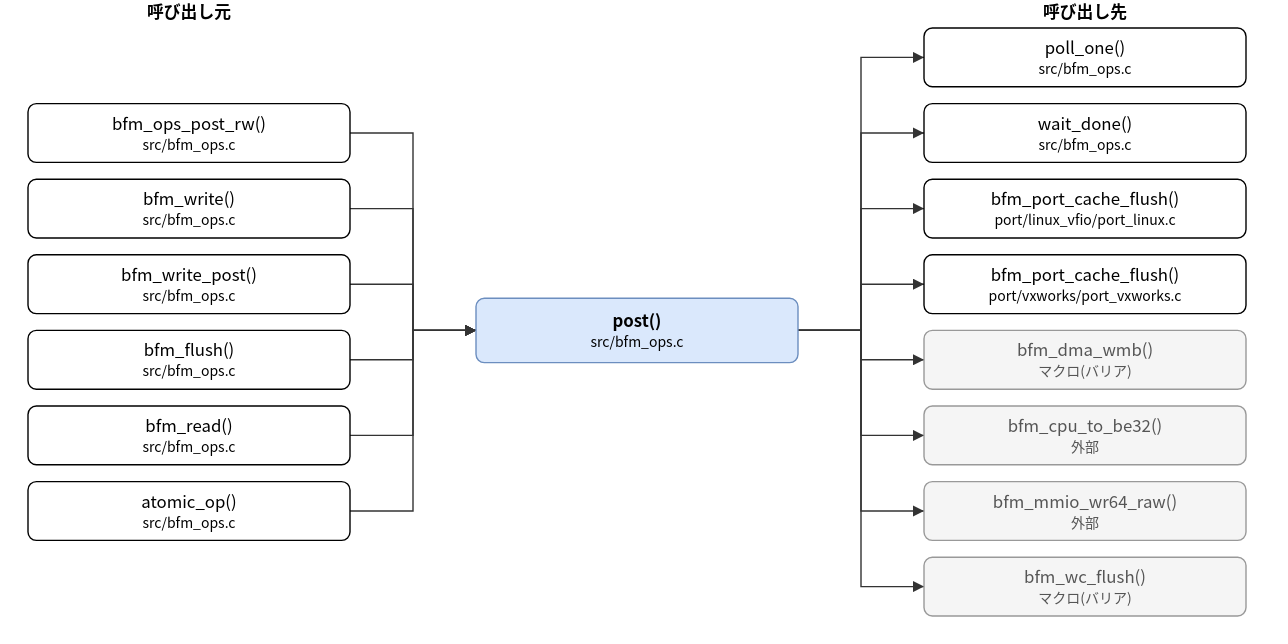
Before: doc/spec/images/call_src_bfm_ops__post.drawio.svg, a diagram exported from draw.io (hf355051012-ai/bfmem). Source tidied: cells renumbered, new cells last; positions are measured from the earlier drawing's top-left corner, leaving out a move shared by most shapes.
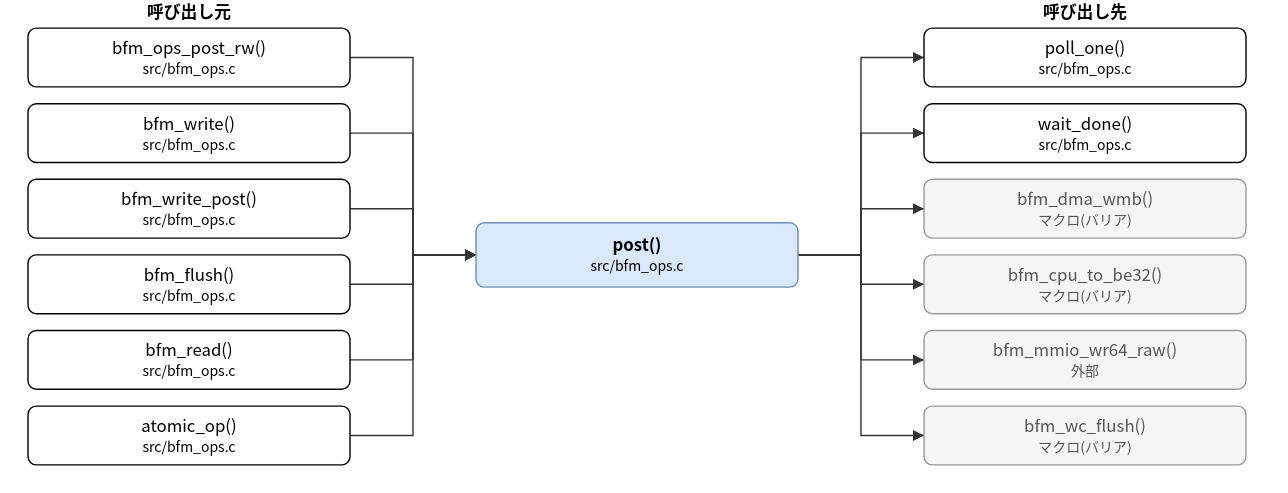
The same file after the commit.

What changed in the source:
```diff
@@ -3,25 +3,25 @@
     <mxCell id="0" />
     <mxCell id="1" parent="0" />
     <mxCell id="2" value="post()&lt;br&gt;&lt;font style=&quot;font-size:10px&quot;&gt;src/bfm_ops.c&lt;/font&gt;" style="rounded=1;whiteSpace=wrap;html=1;fillColor=#dae8fc;strokeColor=#6c8ebf;fontStyle=1;" parent="1" vertex="1">
-      <mxGeometry x="320" y="213" width="230" height="46" as="geometry" />
+      <mxGeometry x="320" y="159" width="230" height="46" as="geometry" />
     </mxCell>
     <mxCell id="3" value="bfm_ops_post_rw()&lt;br&gt;&lt;font style=&quot;font-size:10px&quot;&gt;src/bfm_ops.c&lt;/font&gt;" style="rounded=1;whiteSpace=wrap;html=1;" parent="1" vertex="1">
-      <mxGeometry y="74" width="230" height="42" as="geometry" />
+      <mxGeometry y="20" width="230" height="42" as="geometry" />
     </mxCell>
     <mxCell id="4" value="bfm_write()&lt;br&gt;&lt;font style=&quot;font-size:10px&quot;&gt;src/bfm_ops.c&lt;/font&gt;" style="rounded=1;whiteSpace=wrap;html=1;" parent="1" vertex="1">
-      <mxGeometry y="128" width="230" height="42" as="geometry" />
+      <mxGeometry y="74" width="230" height="42" as="geometry" />
     </mxCell>
     <mxCell id="5" value="bfm_write_post()&lt;br&gt;&lt;font style=&quot;font-size:10px&quot;&gt;src/bfm_ops.c&lt;/font&gt;" style="rounded=1;whiteSpace=wrap;html=1;" parent="1" vertex="1">
-      <mxGeometry y="182" width="230" height="42" as="geometry" />
+      <mxGeometry y="128" width="230" height="42" as="geometry" />
     </mxCell>
     <mxCell id="6" value="bfm_flush()&lt;br&gt;&lt;font style=&quot;font-size:10px&quot;&gt;src/bfm_ops.c&lt;/font&gt;" style="rounded=1;whiteSpace=wrap;html=1;" parent="1" vertex="1">
-      <mxGeometry y="236" width="230" height="42" as="geometry" />
+      <mxGeometry y="182" width="230" height="42" as="geometry" />
     </mxCell>
     <mxCell id="7" value="bfm_read()&lt;br&gt;&lt;font style=&quot;font-size:10px&quot;&gt;src/bfm_ops.c&lt;/font&gt;" style="rounded=1;whiteSpace=wrap;html=1;" parent="1" vertex="1">
-      <mxGeometry y="290" width="230" height="42" as="geometry" />
+      <mxGeometry y="236" width="230" height="42" as="geometry" />
     </mxCell>
     <mxCell id="8" value="atomic_op()&lt;br&gt;&lt;font style=&quot;font-size:10px&quot;&gt;src/bfm_ops.c&lt;/font&gt;" style="rounded=1;whiteSpace=wrap;html=1;" parent="1" vertex="1">
-      <mxGeometry y="344" width="230" height="42" as="geometry" />
+      <mxGeometry y="290" width="230" height="42" as="geometry" />
     </mxCell>
     <mxCell id="9" value="poll_one()&lt;br&gt;&lt;font style=&quot;font-size:10px&quot;&gt;src/bfm_ops.c&lt;/font&gt;" style="rounded=1;whiteSpace=wrap;html=1;" parent="1" vertex="1">
       <mxGeometry x="640" y="20" width="230" height="42" as="geometry" />
@@ -29,76 +29,70 @@
     <mxCell id="10" value="wait_done()&lt;br&gt;&lt;font style=&quot;font-size:10px&quot;&gt;src/bfm_ops.c&lt;/font&gt;" style="rounded=1;whiteSpace=wrap;html=1;" parent="1" vertex="1">
       <mxGeometry x="640" y="74" width="230" height="42" as="geometry" />
     </mxCell>
-    <mxCell id="11" value="bfm_port_cache_flush()&lt;br&gt;&lt;font style=&quot;font-size:10px&quot;&gt;port/linux_vfio/port_linux.c&lt;/font&gt;" style="rounded=1;whiteSpace=wrap;html=1;" parent="1" vertex="1">
+    <mxCell id="11" value="bfm_dma_wmb()&lt;br&gt;&lt;font style=&quot;font-size:10px&quot;&gt;マクロ(バリア)&lt;/font&gt;" style="rounded=1;whiteSpace=wrap;html=1;fillColor=#f5f5f5;strokeColor=#999999;fontColor=#555555;" parent="1" vertex="1">
       <mxGeometry x="640" y="128" width="230" height="42" as="geometry" />
     </mxCell>
-    <mxCell id="12" value="bfm_port_cache_flush()&lt;br&gt;&lt;font style=&quot;font-size:10px&quot;&gt;port/vxworks/port_vxworks.c&lt;/font&gt;" style="rounded=1;whiteSpace=wrap;html=1;" parent="1" vertex="1">
+    <mxCell id="12" value="bfm_cpu_to_be32()&lt;br&gt;&lt;font style=&quot;font-size:10px&quot;&gt;マクロ(バリア)&lt;/font&gt;" style="rounded=1;whiteSpace=wrap;html=1;fillColor=#f5f5f5;strokeColor=#999999;fontColor=#555555;" parent="1" vertex="1">
       <mxGeometry x="640" y="182" width="230" height="42" as="geometry" />
     </mxCell>
-    <mxCell id="13" value="bfm_dma_wmb()&lt;br&gt;&lt;font style=&quot;font-size:10px&quot;&gt;マクロ(バリア)&lt;/font&gt;" style="rounded=1;whiteSpace=wrap;html=1;fillColor=#f5f5f5;strokeColor=#999999;fontColor=#555555;" parent="1" vertex="1">
+    <mxCell id="13" value="bfm_mmio_wr64_raw()&lt;br&gt;&lt;font style=&quot;font-size:10px&quot;&gt;外部&lt;/font&gt;" style="rounded=1;whiteSpace=wrap;html=1;fillColor=#f5f5f5;strokeColor=#999999;fontColor=#555555;" parent="1" vertex="1">
       <mxGeometry x="640" y="236" width="230" height="42" as="geometry" />
     </mxCell>
-    <mxCell id="14" value="bfm_cpu_to_be32()&lt;br&gt;&lt;font style=&quot;font-size:10px&quot;&gt;外部&lt;/font&gt;" style="rounded=1;whiteSpace=wrap;html=1;fillColor=#f5f5f5;strokeColor=#999999;fontColor=#555555;" parent="1" vertex="1">
+    <mxCell id="14" value="bfm_wc_flush()&lt;br&gt;&lt;font style=&quot;font-size:10px&quot;&gt;マクロ(バリア)&lt;/font&gt;" style="rounded=1;whiteSpace=wrap;html=1;fillColor=#f5f5f5;strokeColor=#999999;fontColor=#555555;" parent="1" vertex="1">
       <mxGeometry x="640" y="290" width="230" height="42" as="geometry" />
     </mxCell>
-    <mxCell id="15" value="bfm_mmio_wr64_raw()&lt;br&gt;&lt;font style=&quot;font-size:10px&quot;&gt;外部&lt;/font&gt;" style="rounded=1;whiteSpace=wrap;html=1;fillColor=#f5f5f5;strokeColor=#999999;fontColor=#555555;" parent="1" vertex="1">
-      <mxGeometry x="640" y="344" width="230" height="42" as="geometry" />
-    </mxCell>
-    <mxCell id="16" value="bfm_wc_flush()&lt;br&gt;&lt;font style=&quot;font-size:10px&quot;&gt;マクロ(バリア)&lt;/font&gt;" style="rounded=1;whiteSpace=wrap;html=1;fillColor=#f5f5f5;strokeColor=#999999;fontColor=#555555;" parent="1" vertex="1">
-      <mxGeometry x="640" y="398" width="230" height="42" as="geometry" />
-    </mxCell>
     <mxCell id="17" style="edgeStyle=none;html=1;rounded=0;endArrow=block;endFill=1;exitX=1.0000;exitY=0.5000;exitDx=0;exitDy=0;exitPerimeter=0;entryX=0.0000;entryY=0.5000;entryDx=0;entryDy=0;entryPerimeter=0;" parent="1" edge="1" source="3" target="2">
       <mxGeometry relative="1" as="geometry">
         <Array as="points">
-          <mxPoint x="275" y="95" />
-          <mxPoint x="275" y="236" />
+          <mxPoint x="275" y="41" />
+          <mxPoint x="275" y="182" />
         </Array>
       </mxGeometry>
     </mxCell>
     <mxCell id="18" style="edgeStyle=none;html=1;rounded=0;endArrow=block;endFill=1;exitX=1.0000;exitY=0.5000;exitDx=0;exitDy=0;exitPerimeter=0;entryX=0.0000;entryY=0.5000;entryDx=0;entryDy=0;entryPerimeter=0;" parent="1" edge="1" source="4" target="2">
       <mxGeometry relative="1" as="geometry">
         <Array as="points">
-          <mxPoint x="275" y="149" />
-          <mxPoint x="275" y="236" />
+          <mxPoint x="275" y="95" />
+          <mxPoint x="275" y="182" />
         </Array>
       </mxGeometry>
     </mxCell>
     <mxCell id="19" style="edgeStyle=none;html=1;rounded=0;endArrow=block;endFill=1;exitX=1.0000;exitY=0.5000;exitDx=0;exitDy=0;exitPerimeter=0;entryX=0.0000;entryY=0.5000;entryDx=0;entryDy=0;entryPerimeter=0;" parent="1" edge="1" source="5" target="2">
       <mxGeometry relative="1" as="geometry">
         <Array as="points">
-          <mxPoint x="275" y="203" />
-          <mxPoint x="275" y="236" />
+          <mxPoint x="275" y="149" />
+          <mxPoint x="275" y="182" />
         </Array>
       </mxGeometry>
     </mxCell>
     <mxCell id="20" style="edgeStyle=none;html=1;rounded=0;endArrow=block;endFill=1;exitX=1.0000;exitY=0.5000;exitDx=0;exitDy=0;exitPerimeter=0;entryX=0.0000;entryY=0.5000;entryDx=0;entryDy=0;entryPerimeter=0;" parent="1" edge="1" source="6" target="2">
       <mxGeometry relative="1" as="geometry">
         <Array as="points">
-          <mxPoint x="275" y="257" />
-          <mxPoint x="275" y="236" />
+          <mxPoint x="275" y="203" />
+          <mxPoint x="275" y="182" />
         </Array>
       </mxGeometry>
     </mxCell>
     <mxCell id="21" style="edgeStyle=none;html=1;rounded=0;endArrow=block;endFill=1;exitX=1.0000;exitY=0.5000;exitDx=0;exitDy=0;exitPerimeter=0;entryX=0.0000;entryY=0.5000;entryDx=0;entryDy=0;entryPerimeter=0;" parent="1" edge="1" source="7" target="2">
       <mxGeometry relative="1" as="geometry">
         <Array as="points">
-          <mxPoint x="275" y="311" />
-          <mxPoint x="275" y="236" />
+          <mxPoint x="275" y="257" />
+          <mxPoint x="275" y="182" />
         </Array>
       </mxGeometry>
     </mxCell>
     <mxCell id="22" style="edgeStyle=none;html=1;rounded=0;endArrow=block;endFill=1;exitX=1.0000;exitY=0.5000;exitDx=0;exitDy=0;exitPerimeter=0;entryX=0.0000;entryY=0.5000;entryDx=0;entryDy=0;entryPerimeter=0;" parent="1" edge="1" source="8" target="2">
       <mxGeometry relative="1" as="geometry">
         <Array as="points">
-          <mxPoint x="275" y="365" />
-          <mxPoint x="275" y="236" />
+          <mxPoint x="275" y="311" />
+          <mxPoint x="275" y="182" />
         </Array>
       </mxGeometry>
     </mxCell>
     <mxCell id="23" style="edgeStyle=none;html=1;rounded=0;endArrow=block;endFill=1;exitX=1.0000;exitY=0.5000;exitDx=0;exitDy=0;exitPerimeter=0;entryX=0.0000;entryY=0.5000;entryDx=0;entryDy=0;entryPerimeter=0;" parent="1" edge="1" source="2" target="9">
       <mxGeometry relative="1" as="geometry">
         <Array as="points">
-          <mxPoint x="595" y="236" />
+          <mxPoint x="595" y="182" />
           <mxPoint x="595" y="41" />
         </Array>
       </mxGeometry>
@@ -106,7 +100,7 @@
     <mxCell id="24" style="edgeStyle=none;html=1;rounded=0;endArrow=block;endFill=1;exitX=1.0000;exitY=0.5000;exitDx=0;exitDy=0;exitPerimeter=0;entryX=0.0000;entryY=0.5000;entryDx=0;entryDy=0;entryPerimeter=0;" parent="1" edge="1" source="2" target="10">
       <mxGeometry relative="1" as="geometry">
         <Array as="points">
-          <mxPoint x="595" y="236" />
+          <mxPoint x="595" y="182" />
           <mxPoint x="595" y="95" />
         </Array>
       </mxGeometry>
@@ -114,7 +108,7 @@
     <mxCell id="25" style="edgeStyle=none;html=1;rounded=0;endArrow=block;endFill=1;exitX=1.0000;exitY=0.5000;exitDx=0;exitDy=0;exitPerimeter=0;entryX=0.0000;entryY=0.5000;entryDx=0;entryDy=0;entryPerimeter=0;" parent="1" edge="1" source="2" target="11">
       <mxGeometry relative="1" as="geometry">
         <Array as="points">
-          <mxPoint x="595" y="236" />
+          <mxPoint x="595" y="182" />
           <mxPoint x="595" y="149" />
         </Array>
       </mxGeometry>
@@ -122,7 +116,7 @@
     <mxCell id="26" style="edgeStyle=none;html=1;rounded=0;endArrow=block;endFill=1;exitX=1.0000;exitY=0.5000;exitDx=0;exitDy=0;exitPerimeter=0;entryX=0.0000;entryY=0.5000;entryDx=0;entryDy=0;entryPerimeter=0;" parent="1" edge="1" source="2" target="12">
       <mxGeometry relative="1" as="geometry">
         <Array as="points">
-          <mxPoint x="595" y="236" />
+          <mxPoint x="595" y="182" />
           <mxPoint x="595" y="203" />
         </Array>
       </mxGeometry>
@@ -130,7 +124,7 @@
     <mxCell id="27" style="edgeStyle=none;html=1;rounded=0;endArrow=block;endFill=1;exitX=1.0000;exitY=0.5000;exitDx=0;exitDy=0;exitPerimeter=0;entryX=0.0000;entryY=0.5000;entryDx=0;entryDy=0;entryPerimeter=0;" parent="1" edge="1" source="2" target="13">
       <mxGeometry relative="1" as="geometry">
         <Array as="points">
-          <mxPoint x="595" y="236" />
+          <mxPoint x="595" y="182" />
           <mxPoint x="595" y="257" />
         </Array>
       </mxGeometry>
@@ -138,27 +132,11 @@
     <mxCell id="28" style="edgeStyle=none;html=1;rounded=0;endArrow=block;endFill=1;exitX=1.0000;exitY=0.5000;exitDx=0;exitDy=0;exitPerimeter=0;entryX=0.0000;entryY=0.5000;entryDx=0;entryDy=0;entryPerimeter=0;" parent="1" edge="1" source="2" target="14">
       <mxGeometry relative="1" as="geometry">
         <Array as="points">
-          <mxPoint x="595" y="236" />
+          <mxPoint x="595" y="182" />
           <mxPoint x="595" y="311" />
         </Array>
       </mxGeometry>
     </mxCell>
-    <mxCell id="29" style="edgeStyle=none;html=1;rounded=0;endArrow=block;endFill=1;exitX=1.0000;exitY=0.5000;exitDx=0;exitDy=0;exitPerimeter=0;entryX=0.0000;entryY=0.5000;entryDx=0;entryDy=0;entryPerimeter=0;" parent="1" edge="1" source="2" target="15">
-      <mxGeometry relative="1" as="geometry">
-        <Array as="points">
-          <mxPoint x="595" y="236" />
-          <mxPoint x="595" y="365" />
-        </Array>
-      </mxGeometry>
-    </mxCell>
-    <mxCell id="30" style="edgeStyle=none;html=1;rounded=0;endArrow=block;endFill=1;exitX=1.0000;exitY=0.5000;exitDx=0;exitDy=0;exitPerimeter=0;entryX=0.0000;entryY=0.5000;entryDx=0;entryDy=0;entryPerimeter=0;" parent="1" edge="1" source="2" target="16">
-      <mxGeometry relative="1" as="geometry">
-        <Array as="points">
-          <mxPoint x="595" y="236" />
-          <mxPoint x="595" y="419" />
-        </Array>
-      </mxGeometry>
-    </mxCell>
     <mxCell id="31" value="呼び出し元" style="text;html=1;align=center;fontStyle=1;" parent="1" vertex="1">
       <mxGeometry x="35" width="160" height="18" as="geometry" />
     </mxCell>
```
